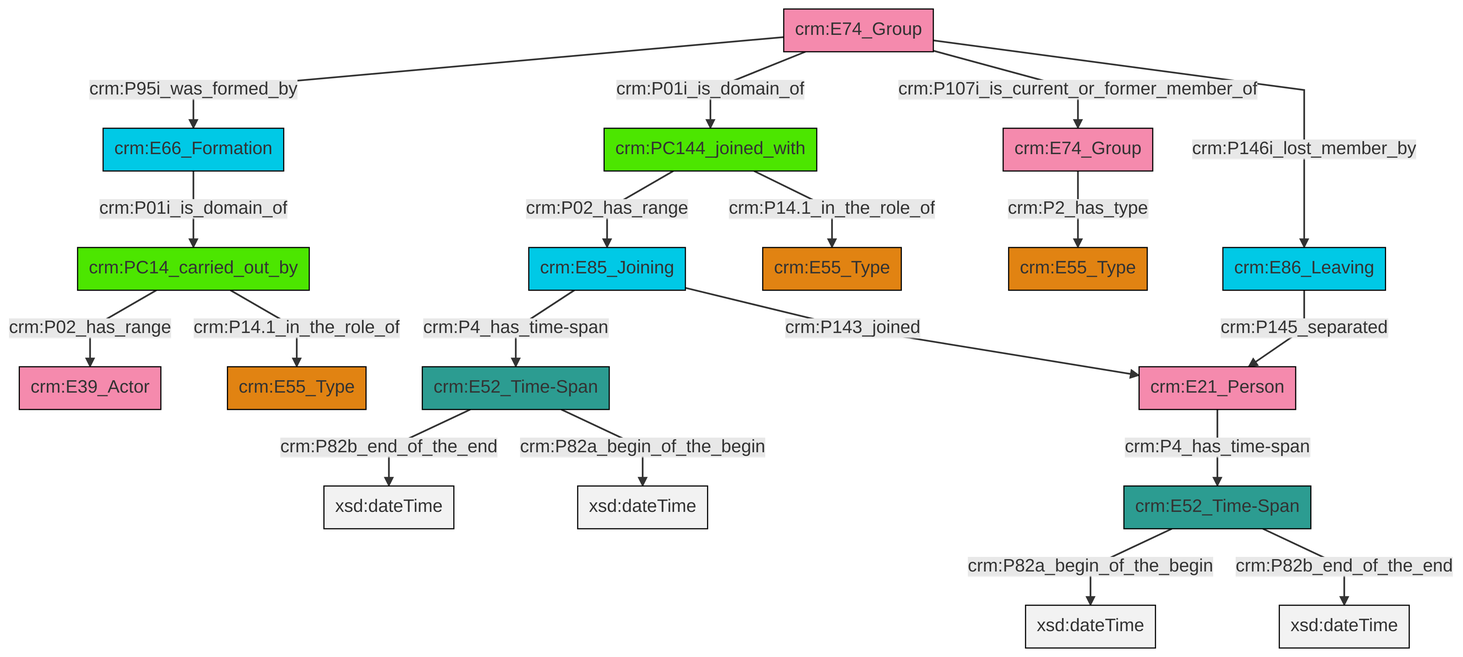
This is et/groupCSV/ttl/mmd/png/group_actor_relations.png from swiss-art-research-net/reference-data-models, a Mermaid export, as it was before one commit. Its source is kept beside it as et/groupCSV/ttl/mmd/group_actor_relations.ttl.mmd.
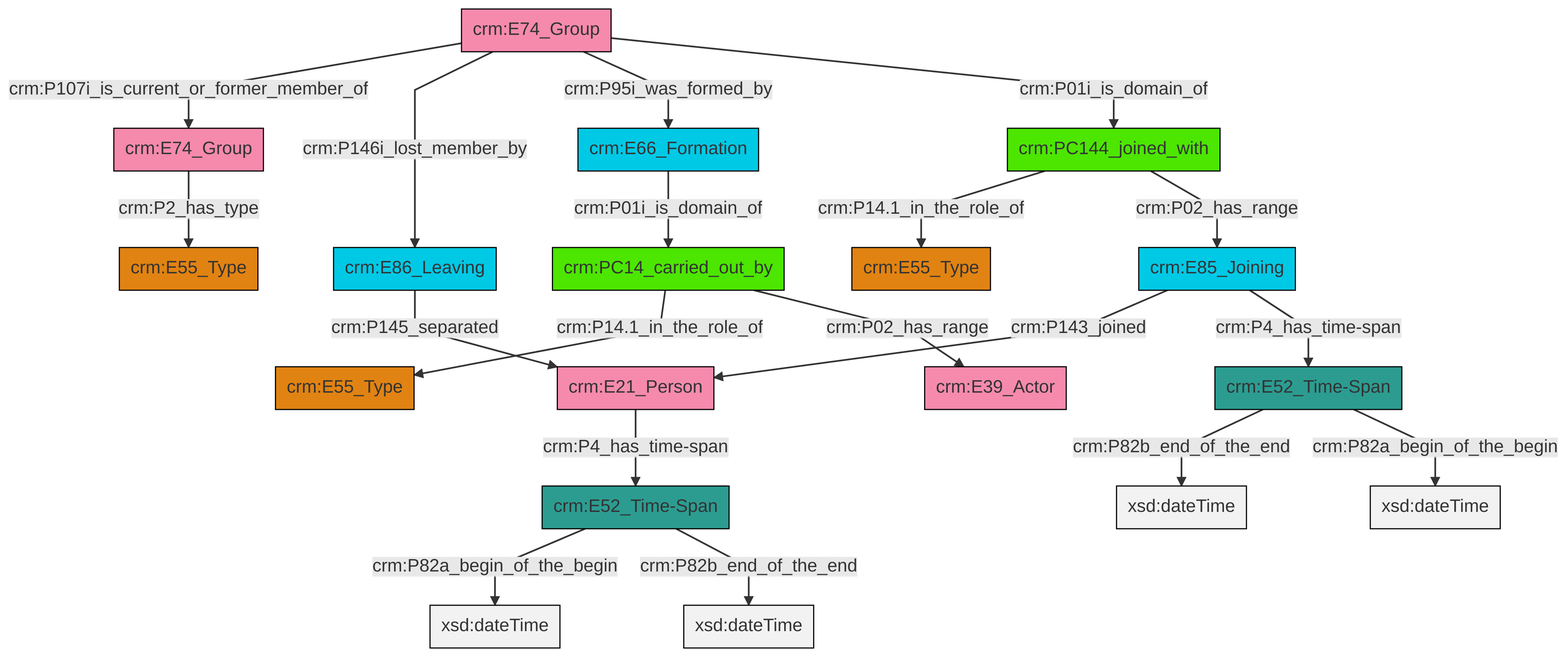
After the commit.

Change to the diagram source:
```diff
@@ -13,21 +13,21 @@
 classDef PC_Classes fill:#4ce600, stroke:#000000;
 classDef Multi fill:#cccccc,stroke:#000000;
 
-0["crm:PC144_joined_with"]:::PC_Classes -->|crm:P02_has_range| 1["crm:E85_Joining"]:::Temporal_Entity
-4["crm:E52_Time-Span"]:::Time-Span -->|crm:P82a_begin_of_the_begin| 5[xsd:dateTime]:::Literal
-10["crm:E74_Group"]:::Actor -->|crm:P2_has_type| 11["crm:E55_Type"]:::Type
-14["crm:E21_Person"]:::Actor -->|crm:P4_has_time-span| 4["crm:E52_Time-Span"]:::Time-Span
-6["crm:PC14_carried_out_by"]:::PC_Classes -->|crm:P02_has_range| 8["crm:E39_Actor"]:::Actor
-15["crm:E74_Group"]:::Actor -->|crm:P95i_was_formed_by| 16["crm:E66_Formation"]:::Temporal_Entity
-16["crm:E66_Formation"]:::Temporal_Entity -->|crm:P01i_is_domain_of| 6["crm:PC14_carried_out_by"]:::PC_Classes
-19["crm:E86_Leaving"]:::Temporal_Entity -->|crm:P145_separated| 14["crm:E21_Person"]:::Actor
-0["crm:PC144_joined_with"]:::PC_Classes -->|crm:P14.1_in_the_role_of| 21["crm:E55_Type"]:::Type
-6["crm:PC14_carried_out_by"]:::PC_Classes -->|crm:P14.1_in_the_role_of| 12["crm:E55_Type"]:::Type
-15["crm:E74_Group"]:::Actor -->|crm:P01i_is_domain_of| 0["crm:PC144_joined_with"]:::PC_Classes
-15["crm:E74_Group"]:::Actor -->|crm:P107i_is_current_or_former_member_of| 10["crm:E74_Group"]:::Actor
-2["crm:E52_Time-Span"]:::Time-Span -->|crm:P82b_end_of_the_end| 26[xsd:dateTime]:::Literal
-4["crm:E52_Time-Span"]:::Time-Span -->|crm:P82b_end_of_the_end| 29[xsd:dateTime]:::Literal
-1["crm:E85_Joining"]:::Temporal_Entity -->|crm:P4_has_time-span| 2["crm:E52_Time-Span"]:::Time-Span
-15["crm:E74_Group"]:::Actor -->|crm:P146i_lost_member_by| 19["crm:E86_Leaving"]:::Temporal_Entity
-2["crm:E52_Time-Span"]:::Time-Span -->|crm:P82a_begin_of_the_begin| 31[xsd:dateTime]:::Literal
-1["crm:E85_Joining"]:::Temporal_Entity -->|crm:P143_joined| 14["crm:E21_Person"]:::Actor
+0["crm:PC144_joined_with"]:::PC_Classes -->|crm:P14.1_in_the_role_of| 1["crm:E55_Type"]:::Type
+8["crm:E85_Joining"]:::Temporal_Entity -->|crm:P143_joined| 9["crm:E21_Person"]:::Actor
+12["crm:PC14_carried_out_by"]:::PC_Classes -->|crm:P14.1_in_the_role_of| 4["crm:E55_Type"]:::Type
+8["crm:E85_Joining"]:::Temporal_Entity -->|crm:P4_has_time-span| 6["crm:E52_Time-Span"]:::Time-Span
+16["crm:E74_Group"]:::Actor -->|crm:P107i_is_current_or_former_member_of| 19["crm:E74_Group"]:::Actor
+16["crm:E74_Group"]:::Actor -->|crm:P146i_lost_member_by| 14["crm:E86_Leaving"]:::Temporal_Entity
+16["crm:E74_Group"]:::Actor -->|crm:P95i_was_formed_by| 2["crm:E66_Formation"]:::Temporal_Entity
+12["crm:PC14_carried_out_by"]:::PC_Classes -->|crm:P02_has_range| 22["crm:E39_Actor"]:::Actor
+9["crm:E21_Person"]:::Actor -->|crm:P4_has_time-span| 24["crm:E52_Time-Span"]:::Time-Span
+0["crm:PC144_joined_with"]:::PC_Classes -->|crm:P02_has_range| 8["crm:E85_Joining"]:::Temporal_Entity
+16["crm:E74_Group"]:::Actor -->|crm:P01i_is_domain_of| 0["crm:PC144_joined_with"]:::PC_Classes
+24["crm:E52_Time-Span"]:::Time-Span -->|crm:P82a_begin_of_the_begin| 27[xsd:dateTime]:::Literal
+24["crm:E52_Time-Span"]:::Time-Span -->|crm:P82b_end_of_the_end| 31[xsd:dateTime]:::Literal
+14["crm:E86_Leaving"]:::Temporal_Entity -->|crm:P145_separated| 9["crm:E21_Person"]:::Actor
+2["crm:E66_Formation"]:::Temporal_Entity -->|crm:P01i_is_domain_of| 12["crm:PC14_carried_out_by"]:::PC_Classes
+6["crm:E52_Time-Span"]:::Time-Span -->|crm:P82b_end_of_the_end| 33[xsd:dateTime]:::Literal
+6["crm:E52_Time-Span"]:::Time-Span -->|crm:P82a_begin_of_the_begin| 34[xsd:dateTime]:::Literal
+19["crm:E74_Group"]:::Actor -->|crm:P2_has_type| 10["crm:E55_Type"]:::Type
```
